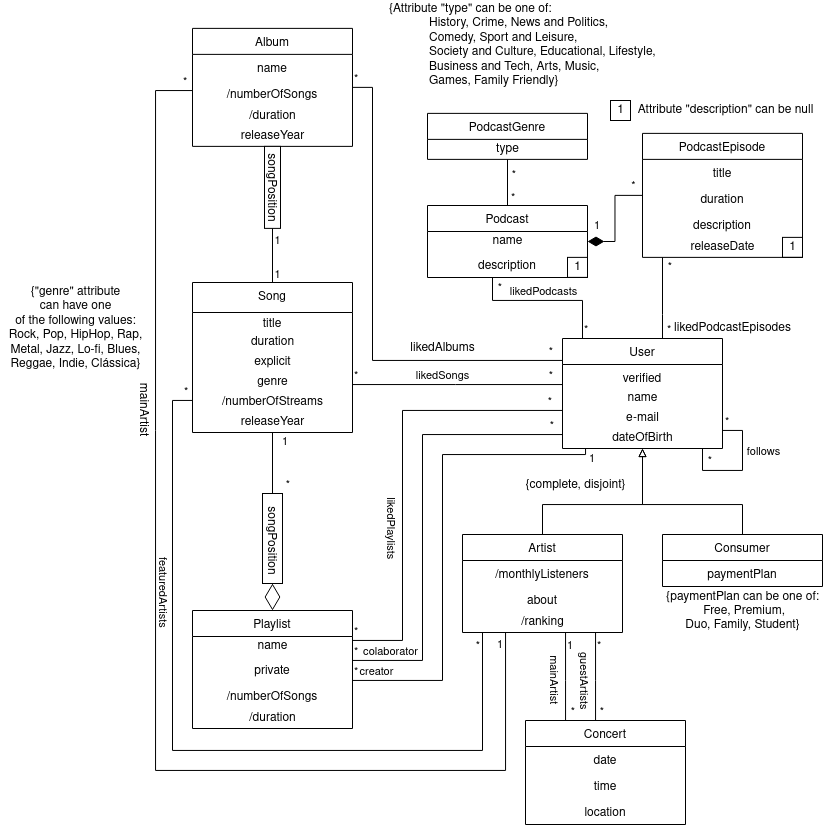
Before: 2-delivery/Spotify-class-diag-Page-2.drawio.png, a diagram exported from draw.io (Naapperas/feup-bd). Source tidied: cells renumbered, new cells last; positions are measured from the earlier drawing's top-left corner, leaving out a move shared by most shapes.
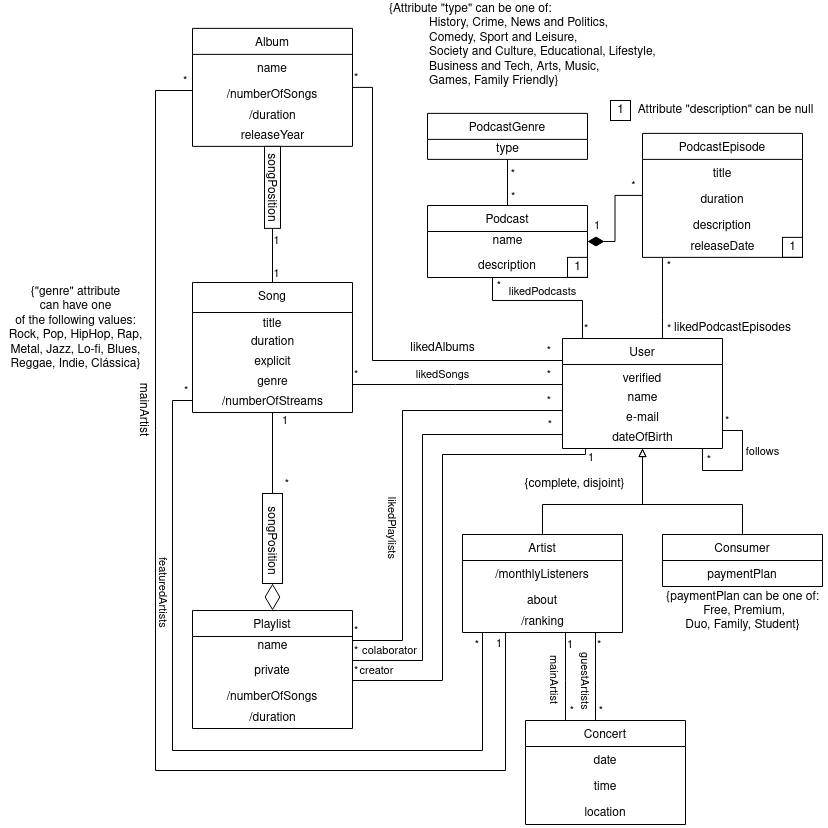
The same file after the commit.

What changed in the source:
```diff
@@ -3,7 +3,7 @@
     <mxCell id="0" />
     <mxCell id="1" parent="0" />
     <mxCell id="2" value="Song" style="swimlane;fontStyle=0;align=center;verticalAlign=top;horizontal=1;startSize=30;rounded=0;shadow=0;strokeWidth=1;" parent="1" vertex="1">
-      <mxGeometry x="192" y="282" width="160" height="150" as="geometry" />
+      <mxGeometry x="192" y="282" width="160" height="130" as="geometry" />
     </mxCell>
     <mxCell id="3" value="title" style="text;align=center;verticalAlign=middle;spacingLeft=4;spacingRight=4;overflow=hidden;" parent="2" vertex="1">
       <mxGeometry y="30" width="160" height="20" as="geometry" />
@@ -20,9 +20,6 @@
     <mxCell id="7" value="/numberOfStreams" style="text;html=1;align=center;verticalAlign=middle;strokeColor=none;fillColor=none;" parent="2" vertex="1">
       <mxGeometry y="110" width="160" height="20" as="geometry" />
     </mxCell>
-    <mxCell id="8" value="releaseYear" style="text;html=1;align=center;verticalAlign=middle;strokeColor=none;fillColor=none;" parent="2" vertex="1">
-      <mxGeometry y="130" width="160" height="20" as="geometry" />
-    </mxCell>
     <mxCell id="9" value="Album" style="swimlane;fontStyle=0;horizontal=1;startSize=26;fillColor=none;align=center;" parent="1" vertex="1">
       <mxGeometry x="192" y="27.9" width="160" height="118" as="geometry" />
     </mxCell>
```
